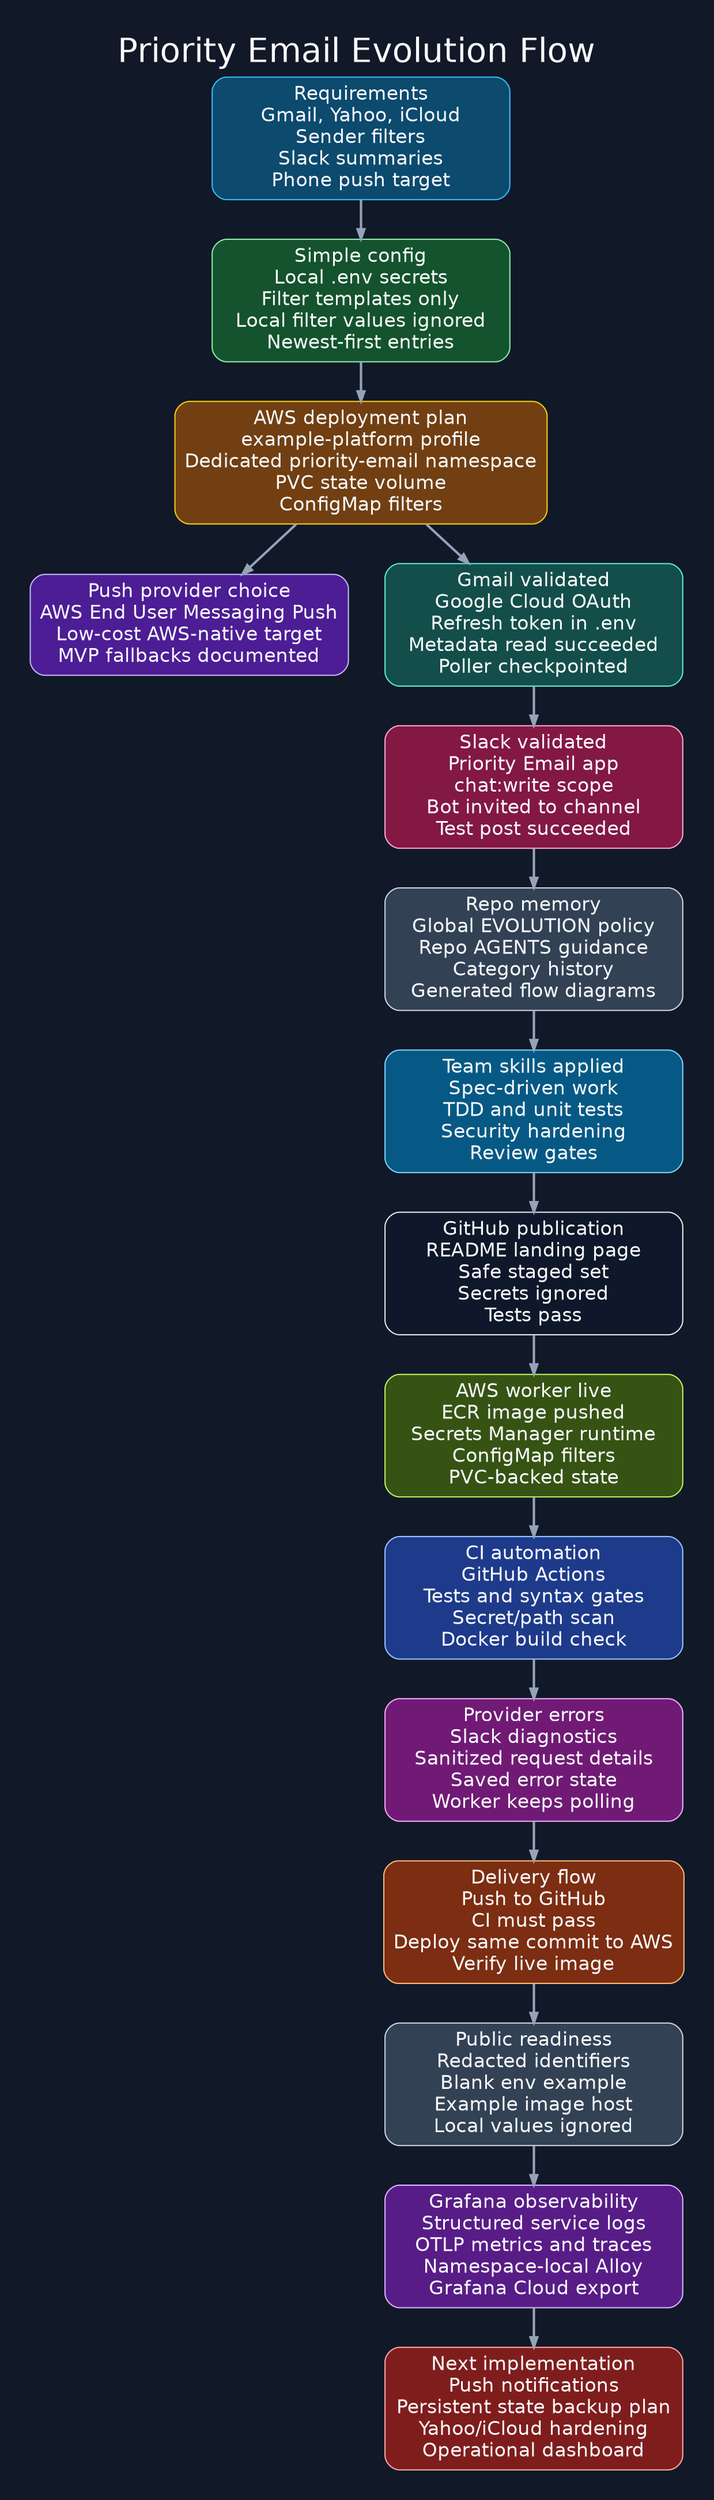
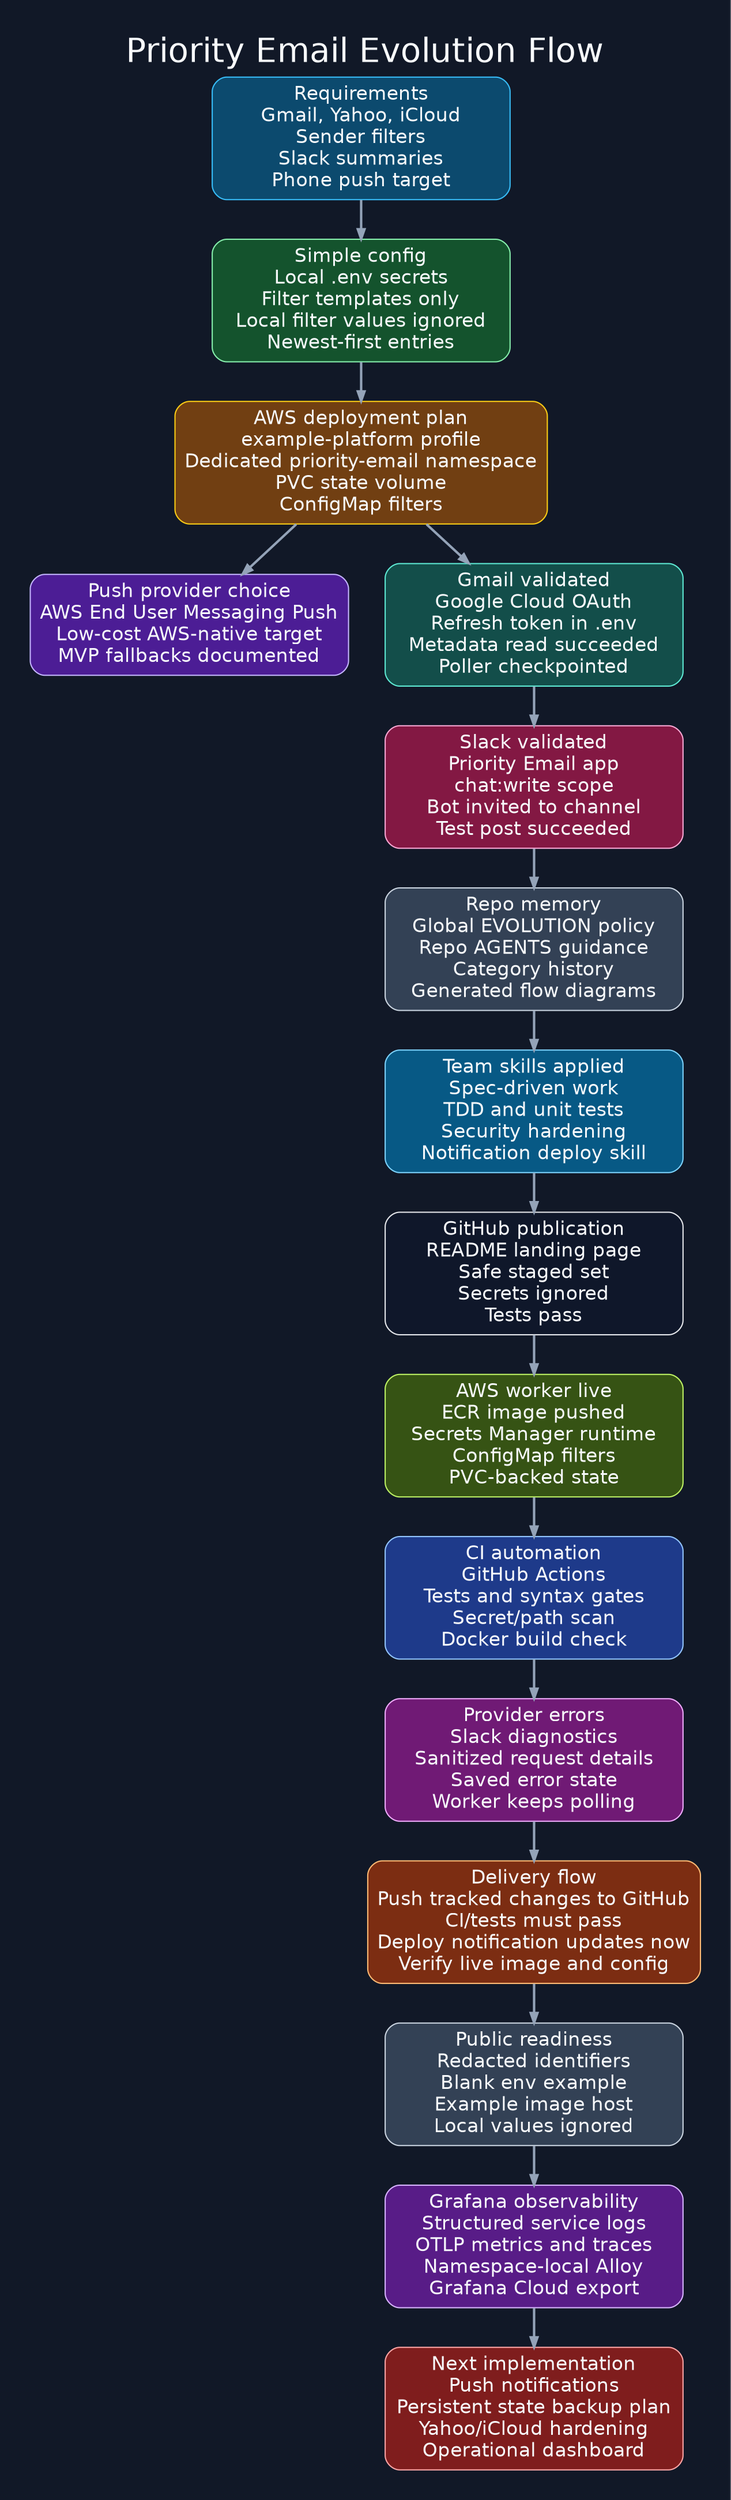
digraph priority_email_evolution_flow_dark {
  graph [
    rankdir=TB,
    bgcolor="#111827",
    pad="0.35",
    nodesep="0.42",
    ranksep="0.46",
    fontname="Helvetica",
    fontsize=28,
    fontcolor="#f8fafc",
    labelloc="t",
    label="Priority Email Evolution Flow"
  ];

  node [
    shape=box,
    style="rounded,filled",
    fontname="Helvetica",
    fontsize=16,
    margin="0.11,0.08",
    width=3.45,
    color="#cbd5e1",
    fontcolor="#f8fafc"
  ];

  edge [
    color="#94a3b8",
    arrowsize=0.8,
    penwidth=2,
    fontname="Helvetica",
    fontsize=12,
    fontcolor="#e5e7eb"
  ];

  requirements [
    label="Requirements\nGmail, Yahoo, iCloud\nSender filters\nSlack summaries\nPhone push target",
    fillcolor="#0c4a6e",
    color="#38bdf8"
  ];

  config [
    label="Simple config\nLocal .env secrets\nFilter templates only\nLocal filter values ignored\nNewest-first entries",
    fillcolor="#14532d",
    color="#86efac"
  ];

  deployment [
    label="AWS deployment plan\nexample-platform profile\nDedicated priority-email namespace\nPVC state volume\nConfigMap filters",
    fillcolor="#713f12",
    color="#facc15"
  ];

  push [
    label="Push provider choice\nAWS End User Messaging Push\nLow-cost AWS-native target\nMVP fallbacks documented",
    fillcolor="#4c1d95",
    color="#c4b5fd"
  ];

  gmail [
    label="Gmail validated\nGoogle Cloud OAuth\nRefresh token in .env\nMetadata read succeeded\nPoller checkpointed",
    fillcolor="#134e4a",
    color="#5eead4"
  ];

  slack [
    label="Slack validated\nPriority Email app\nchat:write scope\nBot invited to channel\nTest post succeeded",
    fillcolor="#831843",
    color="#f9a8d4"
  ];

  policy [
    label="Repo memory\nGlobal EVOLUTION policy\nRepo AGENTS guidance\nCategory history\nGenerated flow diagrams",
    fillcolor="#334155",
    color="#cbd5e1"
  ];

  quality [
-     label="Team skills applied\nSpec-driven work\nTDD and unit tests\nSecurity hardening\nReview gates",
+     label="Team skills applied\nSpec-driven work\nTDD and unit tests\nSecurity hardening\nNotification deploy skill",
    fillcolor="#075985",
    color="#7dd3fc"
  ];

  github [
    label="GitHub publication\nREADME landing page\nSafe staged set\nSecrets ignored\nTests pass",
    fillcolor="#0f172a",
    color="#e5e7eb"
  ];

  aws_live [
    label="AWS worker live\nECR image pushed\nSecrets Manager runtime\nConfigMap filters\nPVC-backed state",
    fillcolor="#365314",
    color="#bef264"
  ];

  ci [
    label="CI automation\nGitHub Actions\nTests and syntax gates\nSecret/path scan\nDocker build check",
    fillcolor="#1e3a8a",
    color="#93c5fd"
  ];

  provider_errors [
    label="Provider errors\nSlack diagnostics\nSanitized request details\nSaved error state\nWorker keeps polling",
    fillcolor="#701a75",
    color="#f0abfc"
  ];

  delivery_flow [
-     label="Delivery flow\nPush to GitHub\nCI must pass\nDeploy same commit to AWS\nVerify live image",
+     label="Delivery flow\nPush tracked changes to GitHub\nCI/tests must pass\nDeploy notification updates now\nVerify live image and config",
    fillcolor="#7c2d12",
    color="#fdba74"
  ];

  public_ready [
    label="Public readiness\nRedacted identifiers\nBlank env example\nExample image host\nLocal values ignored",
    fillcolor="#334155",
    color="#cbd5e1"
  ];

  observability [
    label="Grafana observability\nStructured service logs\nOTLP metrics and traces\nNamespace-local Alloy\nGrafana Cloud export",
    fillcolor="#581c87",
    color="#d8b4fe"
  ];

  next [
    label="Next implementation\nPush notifications\nPersistent state backup plan\nYahoo/iCloud hardening\nOperational dashboard",
    fillcolor="#7f1d1d",
    color="#fca5a5"
  ];

  requirements -> config;
  config -> deployment;
  deployment -> push;
  deployment -> gmail;
  gmail -> slack;
  slack -> policy;
  policy -> quality;
  quality -> github;
  github -> aws_live;
  aws_live -> ci;
  ci -> provider_errors;
  provider_errors -> delivery_flow;
  delivery_flow -> public_ready;
  public_ready -> observability;
  observability -> next;
}
